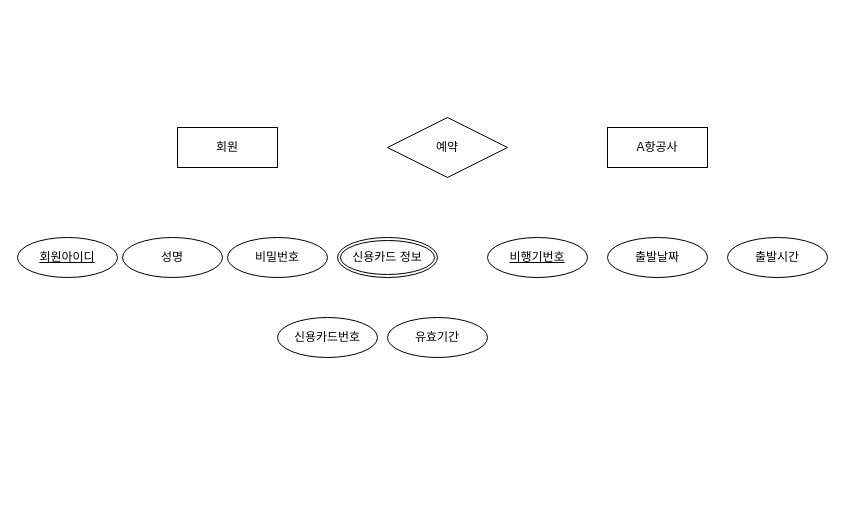
This is 제목 없는 다이어그램.drawio from adelklee/ERD, a draw.io file, before an edit. Source tidied: cells renumbered, new cells numbered last; positions are measured from the earlier drawing's top-left corner, leaving out a move shared by most shapes. Both pictures are drawn from the tidied source at 100%, with x=0, y=0 at pixel (17, 117).
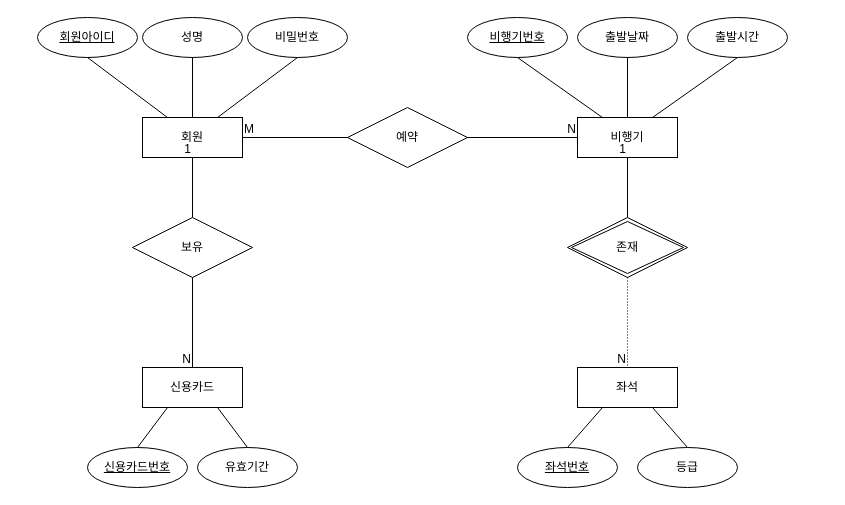
Above is the later version.

Commit message (it also covers changes not shown here):
제목 없는 다이어그램.drawio 업데이트

Change to the diagram source:
```diff
@@
     <mxCell id="2" value="회원" style="whiteSpace=wrap;html=1;align=center;" parent="1" vertex="1">
-      <mxGeometry x="160" y="10" width="100" height="40" as="geometry" />
+      <mxGeometry x="125" width="100" height="40" as="geometry" />
     </mxCell>
-    <mxCell id="3" value="신용카드 정보" style="ellipse;shape=doubleEllipse;margin=3;whiteSpace=wrap;html=1;align=center;" parent="1" vertex="1">
-      <mxGeometry x="320" y="120" width="100" height="40" as="geometry" />
-    </mxCell>
     <mxCell id="4" value="회원아이디" style="ellipse;whiteSpace=wrap;html=1;align=center;fontStyle=4;" parent="1" vertex="1">
-      <mxGeometry y="120" width="100" height="40" as="geometry" />
+      <mxGeometry x="20" y="-100" width="100" height="40" as="geometry" />
     </mxCell>
     <mxCell id="5" value="성명" style="ellipse;whiteSpace=wrap;html=1;align=center;" parent="1" vertex="1">
-      <mxGeometry x="105" y="120" width="100" height="40" as="geometry" />
+      <mxGeometry x="125" y="-100" width="100" height="40" as="geometry" />
     </mxCell>
     <mxCell id="6" value="비밀번호" style="ellipse;whiteSpace=wrap;html=1;align=center;rotation=0;" parent="1" vertex="1">
-      <mxGeometry x="210" y="120" width="100" height="40" as="geometry" />
+      <mxGeometry x="230" y="-100" width="100" height="40" as="geometry" />
     </mxCell>
-    <mxCell id="7" value="A항공사" style="whiteSpace=wrap;html=1;align=center;" parent="1" vertex="1">
-      <mxGeometry x="590" y="10" width="100" height="40" as="geometry" />
+    <mxCell id="7" value="비행기" style="whiteSpace=wrap;html=1;align=center;" parent="1" vertex="1">
+      <mxGeometry x="560" width="100" height="40" as="geometry" />
     </mxCell>
     <mxCell id="8" value="비행기번호" style="ellipse;whiteSpace=wrap;html=1;align=center;fontStyle=4;" parent="1" vertex="1">
-      <mxGeometry x="470" y="120" width="100" height="40" as="geometry" />
+      <mxGeometry x="450" y="-100" width="100" height="40" as="geometry" />
     </mxCell>
     <mxCell id="9" value="출발날짜" style="ellipse;whiteSpace=wrap;html=1;align=center;" parent="1" vertex="1">
-      <mxGeometry x="590" y="120" width="100" height="40" as="geometry" />
+      <mxGeometry x="560" y="-100" width="100" height="40" as="geometry" />
     </mxCell>
     <mxCell id="10" value="출발시간" style="ellipse;whiteSpace=wrap;html=1;align=center;" parent="1" vertex="1">
-      <mxGeometry x="710" y="120" width="100" height="40" as="geometry" />
+      <mxGeometry x="670" y="-100" width="100" height="40" as="geometry" />
     </mxCell>
+    <mxCell id="12" value="유효기간" style="ellipse;whiteSpace=wrap;html=1;align=center;" parent="1" vertex="1">
+      <mxGeometry x="180" y="330" width="100" height="40" as="geometry" />
+    </mxCell>
+    <mxCell id="14" style="endArrow=none;html=1;rounded=0;exitX=0.5;exitY=1;exitDx=0;exitDy=0;entryX=0.25;entryY=0;entryDx=0;entryDy=0;" parent="1" edge="1" source="4" target="2">
+      <mxGeometry relative="1" as="geometry" />
+    </mxCell>
+    <mxCell id="15" style="endArrow=none;html=1;rounded=0;exitX=0.5;exitY=1;exitDx=0;exitDy=0;entryX=0.5;entryY=0;entryDx=0;entryDy=0;" parent="1" edge="1" source="5" target="2">
+      <mxGeometry relative="1" as="geometry" />
+    </mxCell>
+    <mxCell id="16" style="endArrow=none;html=1;rounded=0;exitX=0.5;exitY=1;exitDx=0;exitDy=0;entryX=0.75;entryY=0;entryDx=0;entryDy=0;" parent="1" edge="1" source="6" target="2">
+      <mxGeometry relative="1" as="geometry" />
+    </mxCell>
+    <mxCell id="17" value="보유" style="shape=rhombus;perimeter=rhombusPerimeter;whiteSpace=wrap;html=1;align=center;" parent="1" vertex="1">
+      <mxGeometry x="115" y="100" width="120" height="60" as="geometry" />
+    </mxCell>
+    <mxCell id="18" style="endArrow=none;html=1;rounded=0;exitX=0.5;exitY=0;exitDx=0;exitDy=0;entryX=0.5;entryY=1;entryDx=0;entryDy=0;" parent="1" edge="1" source="17" target="2">
+      <mxGeometry relative="1" as="geometry" />
+    </mxCell>
+    <mxCell id="19" value="1" style="html=1;whiteSpace=wrap;align=right;verticalAlign=bottom;" parent="18" vertex="1">
+      <mxGeometry x="1" relative="1" as="geometry" />
+    </mxCell>
+    <mxCell id="20" style="endArrow=none;html=1;rounded=0;exitX=0.5;exitY=1;exitDx=0;exitDy=0;" parent="1" edge="1" source="17">
+      <mxGeometry relative="1" as="geometry">
+        <mxPoint x="175" y="250" as="targetPoint" />
+      </mxGeometry>
+    </mxCell>
+    <mxCell id="21" value="N" style="html=1;whiteSpace=wrap;align=right;verticalAlign=bottom;" parent="20" vertex="1">
+      <mxGeometry x="1" relative="1" as="geometry" />
+    </mxCell>
+    <mxCell id="22" value="신용카드" style="whiteSpace=wrap;html=1;align=center;" parent="1" vertex="1">
+      <mxGeometry x="125" y="250" width="100" height="40" as="geometry" />
+    </mxCell>
+    <mxCell id="13" value="신용카드번호" style="ellipse;whiteSpace=wrap;html=1;align=center;fontStyle=4;" parent="1" vertex="1">
+      <mxGeometry x="70" y="330" width="100" height="40" as="geometry" />
+    </mxCell>
+    <mxCell id="23" style="endArrow=none;html=1;rounded=0;entryX=0.5;entryY=0;entryDx=0;entryDy=0;exitX=0.25;exitY=1;exitDx=0;exitDy=0;" parent="1" edge="1" source="22" target="13">
+      <mxGeometry relative="1" as="geometry" />
+    </mxCell>
+    <mxCell id="24" style="endArrow=none;html=1;rounded=0;exitX=0.75;exitY=1;exitDx=0;exitDy=0;entryX=0.5;entryY=0;entryDx=0;entryDy=0;" parent="1" edge="1" source="22" target="12">
+      <mxGeometry relative="1" as="geometry" />
+    </mxCell>
+    <mxCell id="25" style="endArrow=none;html=1;rounded=0;exitX=0.5;exitY=1;exitDx=0;exitDy=0;entryX=0.75;entryY=0;entryDx=0;entryDy=0;" parent="1" edge="1" source="10" target="7">
+      <mxGeometry relative="1" as="geometry" />
+    </mxCell>
+    <mxCell id="26" style="endArrow=none;html=1;rounded=0;exitX=0.5;exitY=1;exitDx=0;exitDy=0;entryX=0.5;entryY=0;entryDx=0;entryDy=0;" parent="1" edge="1" source="9" target="7">
+      <mxGeometry relative="1" as="geometry" />
+    </mxCell>
+    <mxCell id="27" style="endArrow=none;html=1;rounded=0;exitX=0.5;exitY=1;exitDx=0;exitDy=0;entryX=0.25;entryY=0;entryDx=0;entryDy=0;" parent="1" edge="1" source="8" target="7">
+      <mxGeometry relative="1" as="geometry" />
+    </mxCell>
+    <mxCell id="28" style="endArrow=none;html=1;rounded=0;exitX=1;exitY=0.5;exitDx=0;exitDy=0;entryX=0;entryY=0.5;entryDx=0;entryDy=0;" parent="1" edge="1" source="2" target="7">
+      <mxGeometry relative="1" as="geometry" />
+    </mxCell>
+    <mxCell id="29" value="M" style="html=1;whiteSpace=wrap;align=left;verticalAlign=bottom;" parent="28" vertex="1">
+      <mxGeometry x="-1" relative="1" as="geometry" />
+    </mxCell>
+    <mxCell id="30" value="N" style="html=1;whiteSpace=wrap;align=right;verticalAlign=bottom;" parent="28" vertex="1">
+      <mxGeometry x="1" relative="1" as="geometry" />
+    </mxCell>
     <mxCell id="11" value="예약" style="shape=rhombus;perimeter=rhombusPerimeter;whiteSpace=wrap;html=1;align=center;" parent="1" vertex="1">
-      <mxGeometry x="370" width="120" height="60" as="geometry" />
+      <mxGeometry x="330" y="-10" width="120" height="60" as="geometry" />
     </mxCell>
-    <mxCell id="12" value="유효기간" style="ellipse;whiteSpace=wrap;html=1;align=center;" parent="1" vertex="1">
-      <mxGeometry x="370" y="200" width="100" height="40" as="geometry" />
-    </mxCell>
-    <mxCell id="13" value="신용카드번호" style="ellipse;whiteSpace=wrap;html=1;align=center;" parent="1" vertex="1">
-      <mxGeometry x="260" y="200" width="100" height="40" as="geometry" />
-    </mxCell>
+    <mxCell id="31" value="존재" style="shape=rhombus;double=1;perimeter=rhombusPerimeter;whiteSpace=wrap;html=1;align=center;" parent="1" vertex="1">
+      <mxGeometry x="550" y="100" width="120" height="60" as="geometry" />
+    </mxCell>
+    <mxCell id="32" style="endArrow=none;html=1;rounded=0;dashed=1;dashPattern=1 2;exitX=0.5;exitY=1;exitDx=0;exitDy=0;entryX=0.5;entryY=0;entryDx=0;entryDy=0;" parent="1" edge="1" source="31" target="36">
+      <mxGeometry relative="1" as="geometry" />
+    </mxCell>
+    <mxCell id="33" value="N" style="html=1;whiteSpace=wrap;align=right;verticalAlign=bottom;" parent="32" vertex="1">
+      <mxGeometry x="1" relative="1" as="geometry" />
+    </mxCell>
+    <mxCell id="34" style="endArrow=none;html=1;rounded=0;entryX=0.5;entryY=1;entryDx=0;entryDy=0;exitX=0.5;exitY=0;exitDx=0;exitDy=0;" parent="1" edge="1" source="31" target="7">
+      <mxGeometry relative="1" as="geometry" />
+    </mxCell>
+    <mxCell id="35" value="1" style="html=1;whiteSpace=wrap;align=right;verticalAlign=bottom;" parent="34" vertex="1">
+      <mxGeometry x="1" relative="1" as="geometry" />
+    </mxCell>
+    <mxCell id="36" value="좌석" style="whiteSpace=wrap;html=1;align=center;" parent="1" vertex="1">
+      <mxGeometry x="560" y="250" width="100" height="40" as="geometry" />
+    </mxCell>
+    <mxCell id="37" value="좌석번호" style="ellipse;whiteSpace=wrap;html=1;align=center;fontStyle=4;" parent="1" vertex="1">
+      <mxGeometry x="500" y="330" width="100" height="40" as="geometry" />
+    </mxCell>
+    <mxCell id="38" value="등급" style="ellipse;whiteSpace=wrap;html=1;align=center;" parent="1" vertex="1">
+      <mxGeometry x="620" y="330" width="100" height="40" as="geometry" />
+    </mxCell>
+    <mxCell id="39" style="endArrow=none;html=1;rounded=0;entryX=0.5;entryY=0;entryDx=0;entryDy=0;exitX=0.75;exitY=1;exitDx=0;exitDy=0;" parent="1" edge="1" source="36" target="38">
+      <mxGeometry relative="1" as="geometry" />
+    </mxCell>
+    <mxCell id="40" style="endArrow=none;html=1;rounded=0;entryX=0.5;entryY=0;entryDx=0;entryDy=0;exitX=0.25;exitY=1;exitDx=0;exitDy=0;" parent="1" edge="1" source="36" target="37">
+      <mxGeometry relative="1" as="geometry" />
+    </mxCell>
```
